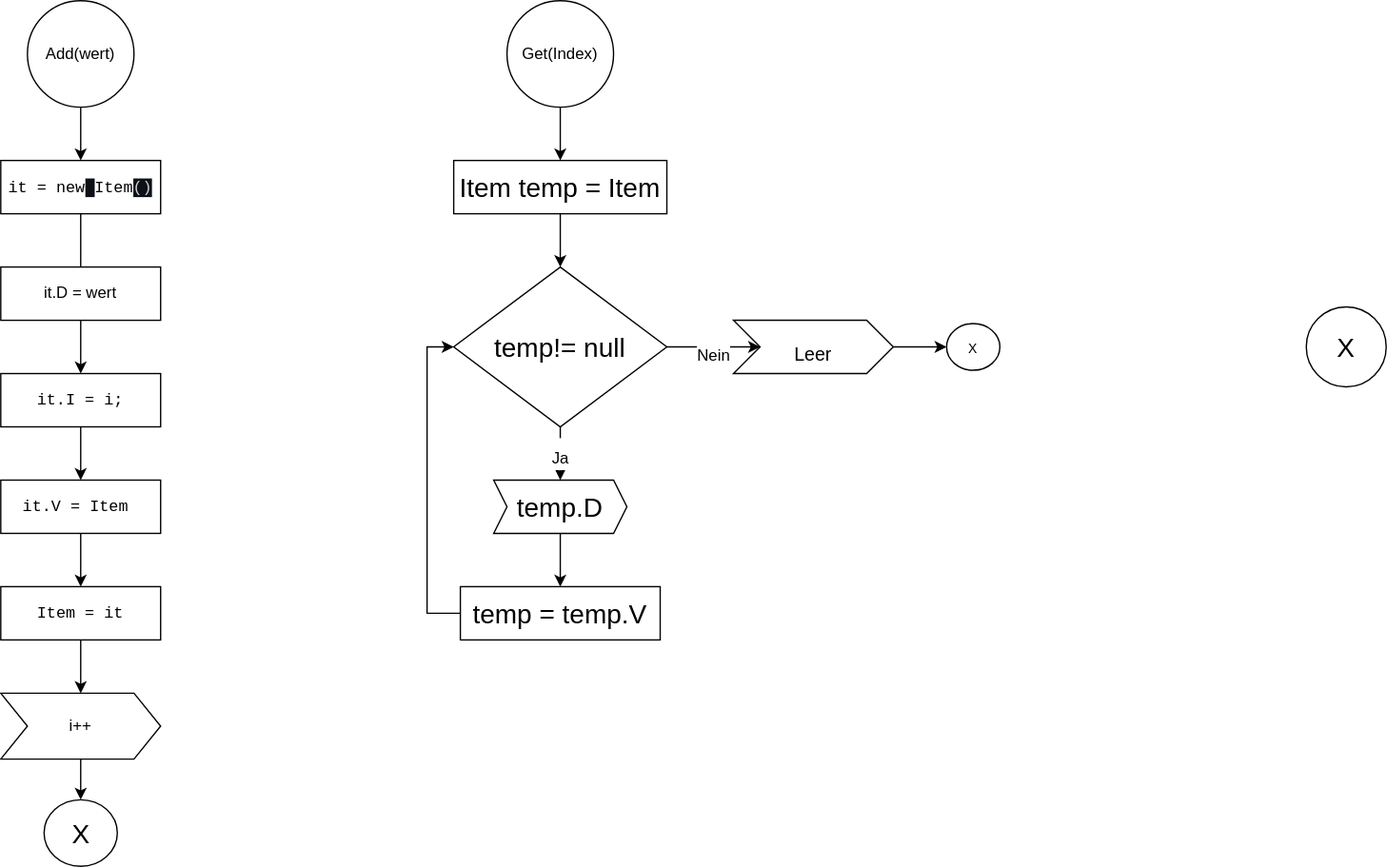
Above: img/Linkedlist_Diagram.drawio.svg in amariwan/Stack-Queue-LinkedList (draw.io), before the change. Source tidied: cells renumbered, new cells last; positions are measured from the earlier drawing's top-left corner, leaving out a move shared by most shapes. Its diagram source:
```xml
<mxGraphModel>
  <root>
    <mxCell id="0" />
    <mxCell id="1" parent="0" />
    <mxCell id="2" style="edgeStyle=orthogonalEdgeStyle;rounded=0;jettySize=auto;html=1;entryX=0.5;entryY=0;entryDx=0;entryDy=0;" parent="1" edge="1" source="3" target="5">
      <mxGeometry relative="1" as="geometry" />
    </mxCell>
    <mxCell id="3" value="Add(wert)" style="ellipse;whiteSpace=wrap;html=1;" parent="1" vertex="1">
      <mxGeometry x="20" width="80" height="80" as="geometry" />
    </mxCell>
    <mxCell id="4" style="edgeStyle=orthogonalEdgeStyle;rounded=0;jettySize=auto;html=1;entryX=0.5;entryY=0.5;entryDx=0;entryDy=0;entryPerimeter=0;" parent="1" edge="1" source="5" target="7">
      <mxGeometry relative="1" as="geometry" />
    </mxCell>
    <mxCell id="5" value="&lt;span style=&quot;color: var(--color-prettylights-syntax-keyword); text-align: start; box-sizing: border-box; font-family: ui-monospace, SFMono-Regular, &amp;quot;SF Mono&amp;quot;, Menlo, Consolas, &amp;quot;Liberation Mono&amp;quot;, monospace; -webkit-text-size-adjust: 100%;&quot; class=&quot;pl-k&quot;&gt;it = new&lt;/span&gt;&lt;span style=&quot;text-align: start; box-sizing: border-box; font-family: ui-monospace, SFMono-Regular, &amp;quot;SF Mono&amp;quot;, Menlo, Consolas, &amp;quot;Liberation Mono&amp;quot;, monospace; -webkit-text-size-adjust: 100%; caret-color: rgb(201, 209, 217); background-color: rgb(13, 17, 23);&quot; class=&quot;pl-k&quot;&gt;&lt;font color=&quot;#c9d1d9&quot;&gt;&amp;nbsp;&lt;/font&gt;&lt;/span&gt;&lt;span style=&quot;color: var(--color-prettylights-syntax-entity); text-align: start; box-sizing: border-box; font-family: ui-monospace, SFMono-Regular, &amp;quot;SF Mono&amp;quot;, Menlo, Consolas, &amp;quot;Liberation Mono&amp;quot;, monospace; -webkit-text-size-adjust: 100%;&quot; class=&quot;pl-en&quot;&gt;Item&lt;/span&gt;&lt;span style=&quot;text-align: start; caret-color: rgb(201, 209, 217); color: rgb(201, 209, 217); font-family: ui-monospace, SFMono-Regular, &amp;quot;SF Mono&amp;quot;, Menlo, Consolas, &amp;quot;Liberation Mono&amp;quot;, monospace; -webkit-text-size-adjust: 100%; background-color: rgb(13, 17, 23);&quot;&gt;()&lt;/span&gt;" style="rounded=0;whiteSpace=wrap;html=1;" parent="1" vertex="1">
      <mxGeometry y="120" width="120" height="40" as="geometry" />
    </mxCell>
    <mxCell id="6" style="edgeStyle=orthogonalEdgeStyle;rounded=0;jettySize=auto;html=1;entryX=0.5;entryY=0;entryDx=0;entryDy=0;" parent="1" edge="1" source="7" target="9">
      <mxGeometry relative="1" as="geometry" />
    </mxCell>
    <mxCell id="7" value="it.D = wert" style="rounded=0;whiteSpace=wrap;html=1;" parent="1" vertex="1">
      <mxGeometry y="200" width="120" height="40" as="geometry" />
    </mxCell>
    <mxCell id="8" style="edgeStyle=orthogonalEdgeStyle;rounded=0;jettySize=auto;html=1;fontColor=#000000;" parent="1" edge="1" source="9" target="11">
      <mxGeometry relative="1" as="geometry" />
    </mxCell>
    <mxCell id="9" value="&lt;span style=&quot;caret-color: rgb(201, 209, 217); font-family: ui-monospace, SFMono-Regular, &amp;quot;SF Mono&amp;quot;, Menlo, Consolas, &amp;quot;Liberation Mono&amp;quot;, monospace; text-align: start; -webkit-text-size-adjust: 100%;&quot;&gt;&lt;span style=&quot;box-sizing: border-box;&quot; class=&quot;pl-smi&quot;&gt;it&lt;/span&gt;.&lt;span style=&quot;box-sizing: border-box;&quot; class=&quot;pl-smi&quot;&gt;I&lt;/span&gt;&amp;nbsp;&lt;span style=&quot;box-sizing: border-box;&quot; class=&quot;pl-k&quot;&gt;=&lt;/span&gt;&amp;nbsp;&lt;span style=&quot;box-sizing: border-box;&quot; class=&quot;pl-smi&quot;&gt;i&lt;/span&gt;;&lt;/span&gt;" style="rounded=0;whiteSpace=wrap;html=1;" parent="1" vertex="1">
      <mxGeometry y="280" width="120" height="40" as="geometry" />
    </mxCell>
    <mxCell id="10" style="edgeStyle=orthogonalEdgeStyle;rounded=0;jettySize=auto;html=1;fontColor=#000000;" parent="1" edge="1" source="11" target="13">
      <mxGeometry relative="1" as="geometry" />
    </mxCell>
    <mxCell id="11" value="&lt;span style=&quot;text-align: start; box-sizing: border-box; caret-color: rgb(201, 209, 217); font-family: ui-monospace, SFMono-Regular, &amp;quot;SF Mono&amp;quot;, Menlo, Consolas, &amp;quot;Liberation Mono&amp;quot;, monospace; -webkit-text-size-adjust: 100%;&quot; class=&quot;pl-smi&quot;&gt;it.V&amp;nbsp;&lt;/span&gt;&lt;span style=&quot;text-align: start; box-sizing: border-box; font-family: ui-monospace, SFMono-Regular, &amp;quot;SF Mono&amp;quot;, Menlo, Consolas, &amp;quot;Liberation Mono&amp;quot;, monospace; -webkit-text-size-adjust: 100%;&quot; class=&quot;pl-smi&quot;&gt;= &lt;span style=&quot;caret-color: rgb(201, 209, 217);&quot;&gt;Item&amp;nbsp;&lt;/span&gt;&lt;/span&gt;" style="rounded=0;whiteSpace=wrap;html=1;" parent="1" vertex="1">
      <mxGeometry y="360" width="120" height="40" as="geometry" />
    </mxCell>
    <mxCell id="12" style="edgeStyle=orthogonalEdgeStyle;rounded=0;jettySize=auto;html=1;entryX=0.5;entryY=0;entryDx=0;entryDy=0;fontColor=#000000;" parent="1" edge="1" source="13" target="15">
      <mxGeometry relative="1" as="geometry" />
    </mxCell>
    <mxCell id="13" value="&lt;div style=&quot;text-align: start;&quot;&gt;&lt;font face=&quot;ui-monospace, SFMono-Regular, SF Mono, Menlo, Consolas, Liberation Mono, monospace&quot;&gt;&lt;span style=&quot;caret-color: rgb(201, 209, 217); -webkit-text-size-adjust: 100%;&quot;&gt;Item = it&lt;/span&gt;&lt;/font&gt;&lt;/div&gt;" style="rounded=0;whiteSpace=wrap;html=1;" parent="1" vertex="1">
      <mxGeometry y="440" width="120" height="40" as="geometry" />
    </mxCell>
    <mxCell id="14" style="edgeStyle=orthogonalEdgeStyle;rounded=0;jettySize=auto;html=1;entryX=0.5;entryY=0;entryDx=0;entryDy=0;fontColor=#000000;" parent="1" edge="1" source="15" target="16">
      <mxGeometry relative="1" as="geometry" />
    </mxCell>
    <mxCell id="15" value="i++" style="shape=step;perimeter=stepPerimeter;whiteSpace=wrap;html=1;fixedSize=1;fontColor=#000000;" parent="1" vertex="1">
      <mxGeometry y="520" width="120" height="49.5" as="geometry" />
    </mxCell>
    <mxCell id="16" value="&lt;font style=&quot;font-size: 20px;&quot;&gt;X&lt;/font&gt;" style="ellipse;whiteSpace=wrap;html=1;fontColor=#000000;" parent="1" vertex="1">
      <mxGeometry x="32.5" y="600" width="55" height="50" as="geometry" />
    </mxCell>
    <mxCell id="17" style="edgeStyle=orthogonalEdgeStyle;rounded=0;jettySize=auto;html=1;fontSize=20;fontColor=#000000;" parent="1" edge="1" source="18" target="20">
      <mxGeometry relative="1" as="geometry" />
    </mxCell>
    <mxCell id="18" value="Get(Index)" style="ellipse;whiteSpace=wrap;html=1;" parent="1" vertex="1">
      <mxGeometry x="380" width="80" height="80" as="geometry" />
    </mxCell>
    <mxCell id="19" style="edgeStyle=orthogonalEdgeStyle;rounded=0;jettySize=auto;html=1;fontSize=20;fontColor=#000000;" parent="1" edge="1" source="20" target="23">
      <mxGeometry relative="1" as="geometry" />
    </mxCell>
    <mxCell id="20" value="Item temp = Item" style="whiteSpace=wrap;html=1;fontSize=20;fontColor=#000000;" parent="1" vertex="1">
      <mxGeometry x="340" y="120" width="160" height="40" as="geometry" />
    </mxCell>
    <mxCell id="21" value="&lt;font style=&quot;font-size: 12px;&quot;&gt;Ja&lt;/font&gt;" style="edgeStyle=orthogonalEdgeStyle;rounded=0;jettySize=auto;html=1;fontSize=20;fontColor=#000000;" parent="1" edge="1" source="23" target="25">
      <mxGeometry relative="1" as="geometry" />
    </mxCell>
    <mxCell id="22" value="&lt;font style=&quot;font-size: 12px;&quot;&gt;Nein&lt;/font&gt;" style="edgeStyle=orthogonalEdgeStyle;rounded=0;jettySize=auto;html=1;fontSize=30;fontColor=#000000;" parent="1" edge="1" source="23" target="30">
      <mxGeometry relative="1" as="geometry" />
    </mxCell>
    <mxCell id="23" value="temp!= null" style="rhombus;whiteSpace=wrap;html=1;fontSize=20;fontColor=#000000;" parent="1" vertex="1">
      <mxGeometry x="340" y="200" width="160" height="120" as="geometry" />
    </mxCell>
    <mxCell id="24" style="edgeStyle=orthogonalEdgeStyle;rounded=0;jettySize=auto;html=1;fontSize=20;fontColor=#000000;" parent="1" edge="1" source="25" target="28">
      <mxGeometry relative="1" as="geometry" />
    </mxCell>
    <mxCell id="25" value="temp.D" style="shape=step;perimeter=stepPerimeter;whiteSpace=wrap;html=1;fixedSize=1;fontSize=20;fontColor=#000000;size=10;" parent="1" vertex="1">
      <mxGeometry x="370" y="360" width="100" height="40" as="geometry" />
    </mxCell>
    <mxCell id="26" value="X" style="ellipse;whiteSpace=wrap;html=1;fontSize=20;fontColor=#000000;" parent="1" vertex="1">
      <mxGeometry x="980" y="230" width="60" height="60" as="geometry" />
    </mxCell>
    <mxCell id="27" style="edgeStyle=orthogonalEdgeStyle;rounded=0;jettySize=auto;html=1;entryX=0;entryY=0.5;entryDx=0;entryDy=0;fontSize=30;fontColor=#000000;" parent="1" edge="1" source="28" target="23">
      <mxGeometry relative="1" as="geometry">
        <Array as="points">
          <mxPoint x="320" y="460" />
          <mxPoint x="320" y="260" />
        </Array>
      </mxGeometry>
    </mxCell>
    <mxCell id="28" value="temp = temp.V" style="whiteSpace=wrap;html=1;fontSize=20;fontColor=#000000;" parent="1" vertex="1">
      <mxGeometry x="345" y="440" width="150" height="40" as="geometry" />
    </mxCell>
    <mxCell id="29" style="edgeStyle=orthogonalEdgeStyle;rounded=0;jettySize=auto;html=1;fontSize=14;fontColor=#000000;" parent="1" edge="1" source="30" target="31">
      <mxGeometry relative="1" as="geometry" />
    </mxCell>
    <mxCell id="30" value="&lt;font style=&quot;font-size: 14px;&quot;&gt;Leer&lt;/font&gt;" style="shape=step;perimeter=stepPerimeter;whiteSpace=wrap;html=1;fixedSize=1;fontSize=30;fontColor=#000000;" parent="1" vertex="1">
      <mxGeometry x="550" y="240" width="120" height="40" as="geometry" />
    </mxCell>
    <mxCell id="31" value="&lt;font size=&quot;1&quot;&gt;X&lt;/font&gt;" style="ellipse;whiteSpace=wrap;html=1;fontSize=14;fontColor=#000000;" parent="1" vertex="1">
      <mxGeometry x="710" y="242.5" width="40" height="35" as="geometry" />
    </mxCell>
  </root>
</mxGraphModel>
```
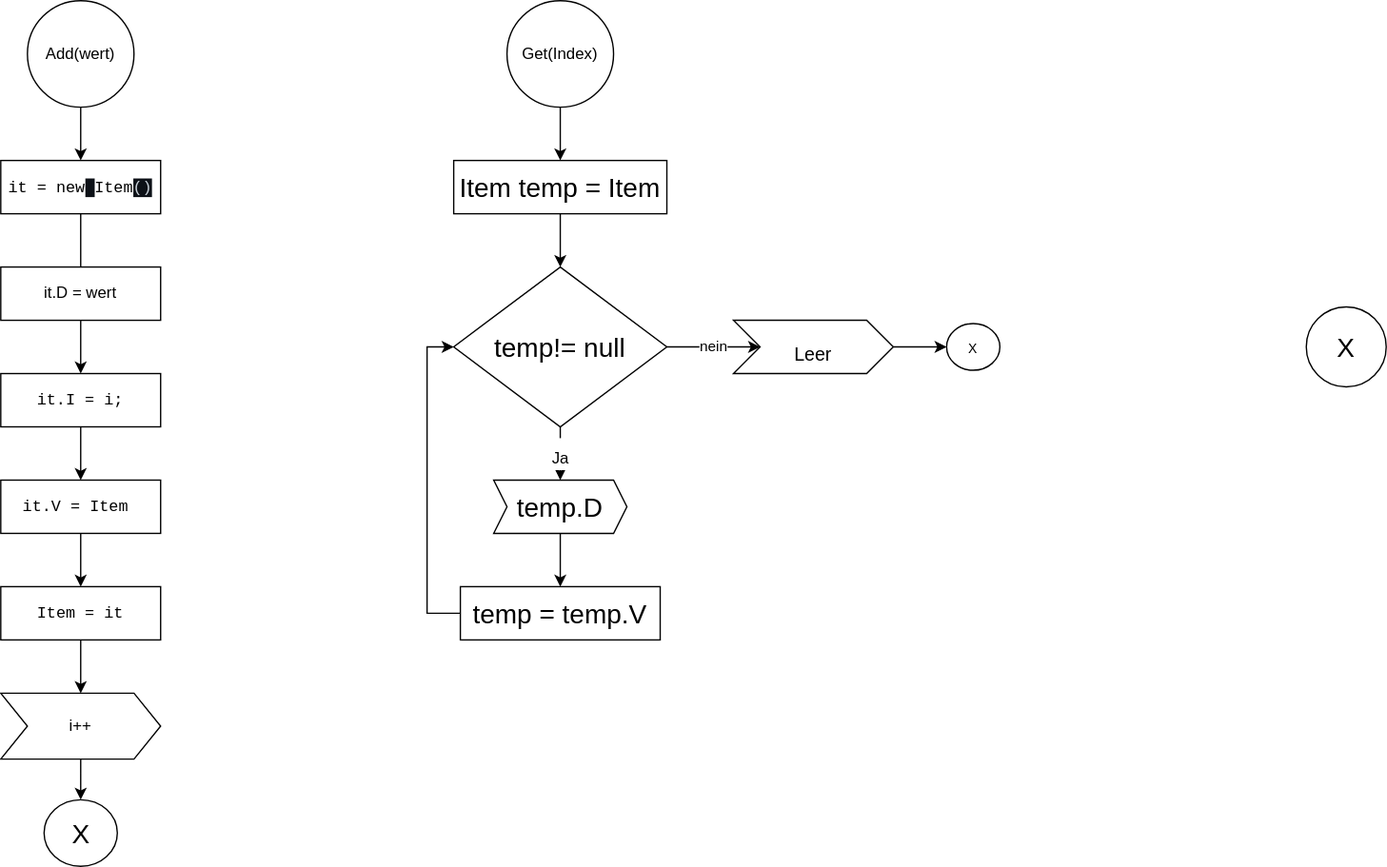
After the commit.

Diff of the diagram source:
```diff
@@ -62,7 +62,7 @@
     <mxCell id="21" value="&lt;font style=&quot;font-size: 12px;&quot;&gt;Ja&lt;/font&gt;" style="edgeStyle=orthogonalEdgeStyle;rounded=0;jettySize=auto;html=1;fontSize=20;fontColor=#000000;" parent="1" edge="1" source="23" target="25">
       <mxGeometry relative="1" as="geometry" />
     </mxCell>
-    <mxCell id="22" value="&lt;font style=&quot;font-size: 12px;&quot;&gt;Nein&lt;/font&gt;" style="edgeStyle=orthogonalEdgeStyle;rounded=0;jettySize=auto;html=1;fontSize=30;fontColor=#000000;" parent="1" edge="1" source="23" target="30">
+    <mxCell id="22" value="nein" style="edgeStyle=orthogonalEdgeStyle;rounded=0;jettySize=auto;html=1;" parent="1" edge="1" source="23" target="30">
       <mxGeometry relative="1" as="geometry" />
     </mxCell>
     <mxCell id="23" value="temp!= null" style="rhombus;whiteSpace=wrap;html=1;fontSize=20;fontColor=#000000;" parent="1" vertex="1">
```
